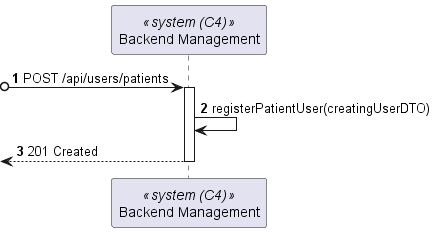
This is docs/StaffProfileUpdate/views/level2/process-view.png from Lapr5G21/sem5pi-24-25-3ddg21, a PlantUML export, as it was before one commit. The source it was exported from:
```plantuml
@startuml

autonumber
participant SYS as "Backend Management" <<system (C4)>>

?o-> SYS : POST /api/users/patients
activate SYS

SYS -> SYS : registerPatientUser(creatingUserDTO)
<-- SYS : 201 Created
deactivate SYS


@enduml
```
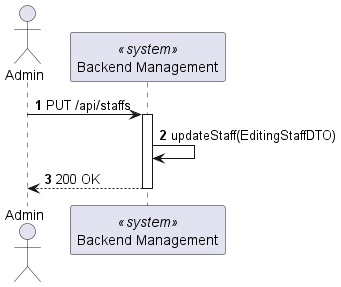
Later version of the same file.

Diff of the diagram source:
```diff
@@ -1,13 +1,14 @@
 @startuml
 
 autonumber
-participant SYS as "Backend Management" <<system (C4)>>
+actor Admin as "Admin"
+participant SYS as "Backend Management" <<system>>
 
-?o-> SYS : POST /api/users/patients
+Admin-> SYS : PUT /api/staffs
 activate SYS
 
-SYS -> SYS : registerPatientUser(creatingUserDTO)
-<-- SYS : 201 Created
+SYS -> SYS : updateStaff(EditingStaffDTO)
+Admin <-- SYS : 200 OK
 deactivate SYS
 
 
```
